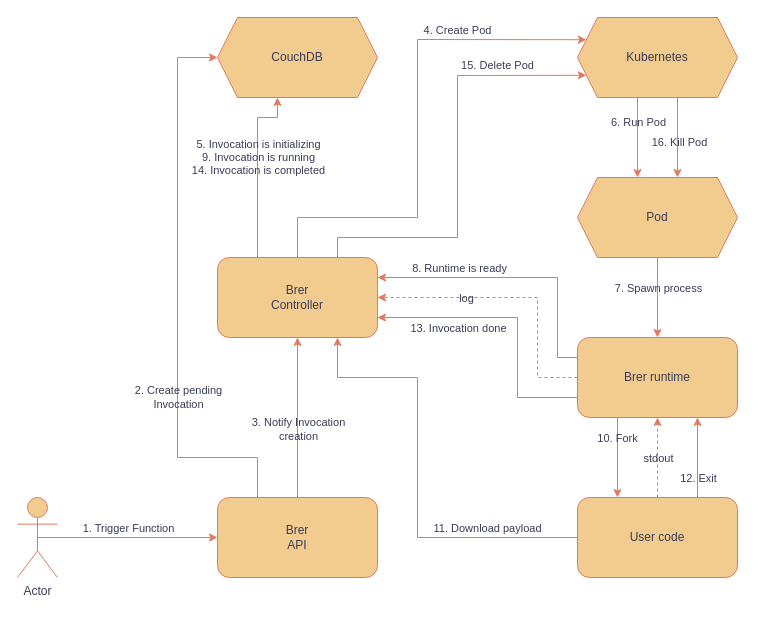
Earlier version of the draw.io diagram docs/brer_flow.drawio (brer/brer). Source tidied: cells renumbered, new cells numbered last; positions are measured from the earlier drawing's top-left corner, leaving out a move shared by most shapes. Both pictures are drawn from the tidied source at 100%, with x=0, y=0 at pixel (17, 17).
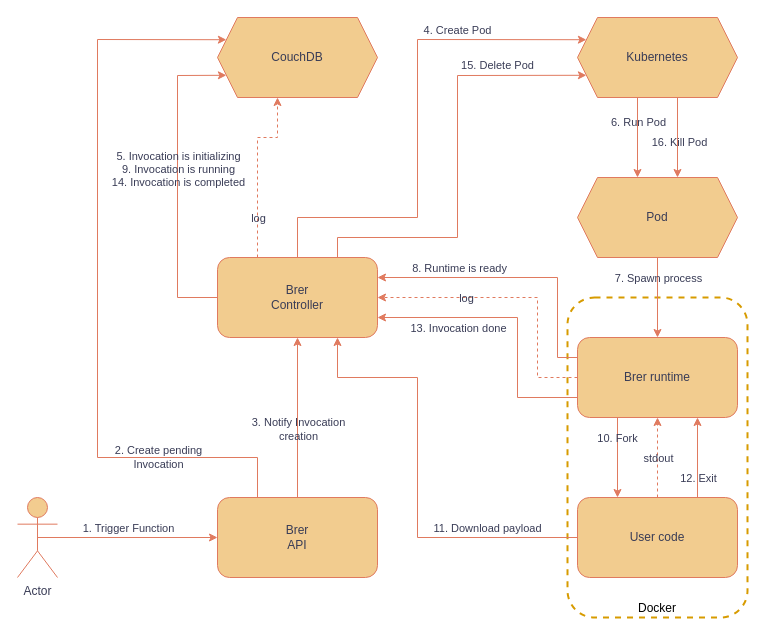
After the change.

Unchanged cells that the change refers to:
```xml
<mxCell id="2" value="Brer&lt;br&gt;Controller" style="rounded=1;whiteSpace=wrap;html=1;verticalAlign=middle;align=center;labelBackgroundColor=none;fillColor=#F2CC8F;strokeColor=#E07A5F;fontColor=#393C56;" parent="1" vertex="1">
  <mxGeometry x="200" y="240" width="160" height="80" as="geometry" />
</mxCell>
<mxCell id="3" value="CouchDB" style="shape=hexagon;perimeter=hexagonPerimeter2;whiteSpace=wrap;html=1;fixedSize=1;labelBackgroundColor=none;fillColor=#F2CC8F;strokeColor=#E07A5F;fontColor=#393C56;" parent="1" vertex="1">
  <mxGeometry x="200" width="160" height="80" as="geometry" />
</mxCell>
<mxCell id="4" value="&lt;div&gt;Brer&lt;/div&gt;&lt;div&gt;API&lt;br&gt;&lt;/div&gt;" style="rounded=1;whiteSpace=wrap;html=1;verticalAlign=middle;align=center;labelBackgroundColor=none;fillColor=#F2CC8F;strokeColor=#E07A5F;fontColor=#393C56;" parent="1" vertex="1">
  <mxGeometry x="200" y="480" width="160" height="80" as="geometry" />
</mxCell>
<mxCell id="23" value="Brer runtime" style="rounded=1;whiteSpace=wrap;html=1;verticalAlign=middle;align=center;labelBackgroundColor=none;fillColor=#F2CC8F;strokeColor=#E07A5F;fontColor=#393C56;" parent="1" vertex="1">
  <mxGeometry x="560" y="320" width="160" height="80" as="geometry" />
</mxCell>
<mxCell id="25" style="endArrow=classic;html=1;rounded=0;exitX=0.5;exitY=1;exitDx=0;exitDy=0;entryX=0.5;entryY=0;entryDx=0;entryDy=0;labelBackgroundColor=none;fontColor=default;strokeColor=#E07A5F;" parent="1" edge="1" source="35" target="23">
  <mxGeometry relative="1" as="geometry" />
</mxCell>
```

What changed in the source:
```diff
@@
+    <mxCell id="42" value="Docker" style="rounded=1;whiteSpace=wrap;html=1;fillColor=none;strokeWidth=2;dashed=1;strokeColor=#d79b00;verticalAlign=bottom;" parent="1" vertex="1">
+      <mxGeometry x="550" y="280" width="180" height="320" as="geometry" />
+    </mxCell>
@@
-    <mxCell id="9" style="endArrow=classic;html=1;rounded=0;entryX=0;entryY=0.5;entryDx=0;entryDy=0;exitX=0.25;exitY=0;exitDx=0;exitDy=0;labelBackgroundColor=none;fontColor=default;strokeColor=#E07A5F;" parent="1" edge="1" source="4" target="3">
+    <mxCell id="9" style="endArrow=classic;html=1;rounded=0;entryX=0;entryY=0.25;entryDx=0;entryDy=0;exitX=0.25;exitY=0;exitDx=0;exitDy=0;labelBackgroundColor=none;fontColor=default;strokeColor=#E07A5F;" parent="1" edge="1" source="4" target="3">
       <mxGeometry relative="1" as="geometry">
         <Array as="points">
           <mxPoint x="240" y="440" />
-          <mxPoint x="160" y="440" />
-          <mxPoint x="160" y="40" />
+          <mxPoint x="80" y="440" />
+          <mxPoint x="80" y="22" />
         </Array>
       </mxGeometry>
     </mxCell>
     <mxCell id="10" value="&lt;div&gt;2. Create pending&lt;/div&gt;&lt;div&gt;Invocation&lt;/div&gt;" style="edgeLabel;html=1;align=center;verticalAlign=middle;labelBackgroundColor=none;fontColor=#393C56;" parent="9" vertex="1">
       <mxGeometry x="-0.37" y="-2" relative="1" as="geometry">
-        <mxPoint x="-2" y="-5" as="offset" />
+        <mxPoint x="58" y="34" as="offset" />
       </mxGeometry>
     </mxCell>
@@
-    <mxCell id="13" style="endArrow=classic;html=1;rounded=0;exitX=0.25;exitY=0;exitDx=0;exitDy=0;entryX=0.375;entryY=1;entryDx=0;entryDy=0;labelBackgroundColor=none;fontColor=default;strokeColor=#E07A5F;" parent="1" edge="1" source="2" target="3">
+    <mxCell id="13" style="endArrow=classic;html=1;rounded=0;exitX=0;exitY=0.5;exitDx=0;exitDy=0;entryX=0;entryY=0.75;entryDx=0;entryDy=0;labelBackgroundColor=none;fontColor=default;strokeColor=#E07A5F;" parent="1" edge="1" source="2" target="3">
       <mxGeometry relative="1" as="geometry">
         <Array as="points">
-          <mxPoint x="240" y="100" />
-          <mxPoint x="260" y="100" />
+          <mxPoint x="160" y="280" />
+          <mxPoint x="160" y="58" />
         </Array>
       </mxGeometry>
     </mxCell>
@@
+    <mxCell id="24" value="User code" style="rounded=1;whiteSpace=wrap;html=1;verticalAlign=middle;align=center;labelBackgroundColor=none;fillColor=#F2CC8F;strokeColor=#E07A5F;fontColor=#393C56;" parent="1" vertex="1">
+      <mxGeometry x="560" y="480" width="160" height="80" as="geometry" />
+    </mxCell>
@@
-    <mxCell id="24" value="User code" style="rounded=1;whiteSpace=wrap;html=1;verticalAlign=middle;align=center;labelBackgroundColor=none;fillColor=#F2CC8F;strokeColor=#E07A5F;fontColor=#393C56;" parent="1" vertex="1">
-      <mxGeometry x="560" y="480" width="160" height="80" as="geometry" />
-    </mxCell>
@@
     <mxCell id="26" value="7. Spawn process" style="edgeLabel;html=1;align=center;verticalAlign=middle;labelBackgroundColor=none;fontColor=#393C56;" parent="25" vertex="1">
       <mxGeometry x="-0.5" y="2" relative="1" as="geometry">
-        <mxPoint x="-2" y="10" as="offset" />
+        <mxPoint x="-2" as="offset" />
       </mxGeometry>
     </mxCell>
@@
-    <mxCell id="31" style="endArrow=classic;html=1;rounded=0;exitX=0;exitY=0.5;exitDx=0;exitDy=0;entryX=1;entryY=0.5;entryDx=0;entryDy=0;dashed=1;labelBackgroundColor=none;fontColor=default;strokeColor=#E07A5F;" parent="1" edge="1" source="23" target="2">
+    <mxCell id="31" style="endArrow=classic;html=1;rounded=0;exitX=0.25;exitY=0;exitDx=0;exitDy=0;entryX=0.375;entryY=1;entryDx=0;entryDy=0;dashed=1;labelBackgroundColor=none;fontColor=default;strokeColor=#E07A5F;" parent="1" edge="1" source="2" target="3">
       <mxGeometry relative="1" as="geometry">
         <Array as="points">
-          <mxPoint x="520" y="360" />
-          <mxPoint x="520" y="280" />
+          <mxPoint x="240" y="120" />
+          <mxPoint x="260" y="120" />
         </Array>
       </mxGeometry>
     </mxCell>
     <mxCell id="32" value="log" style="edgeLabel;html=1;align=center;verticalAlign=middle;labelBackgroundColor=none;fontColor=#393C56;" parent="31" vertex="1">
       <mxGeometry x="0.09" y="3" relative="1" as="geometry">
-        <mxPoint x="-39" y="-3" as="offset" />
+        <mxPoint x="3" y="58" as="offset" />
       </mxGeometry>
     </mxCell>
@@
+    <mxCell id="43" style="endArrow=classic;html=1;rounded=0;exitX=0;exitY=0.5;exitDx=0;exitDy=0;dashed=1;labelBackgroundColor=none;fontColor=default;strokeColor=#E07A5F;entryX=1;entryY=0.5;entryDx=0;entryDy=0;" parent="1" edge="1" source="23" target="2">
+      <mxGeometry relative="1" as="geometry">
+        <Array as="points">
+          <mxPoint x="520" y="360" />
+          <mxPoint x="520" y="280" />
+        </Array>
+      </mxGeometry>
+    </mxCell>
+    <mxCell id="44" value="log" style="edgeLabel;html=1;align=center;verticalAlign=middle;labelBackgroundColor=none;fontColor=#393C56;" parent="43" vertex="1">
+      <mxGeometry x="0.09" y="3" relative="1" as="geometry">
+        <mxPoint x="-39" y="-3" as="offset" />
+      </mxGeometry>
+    </mxCell>
```
